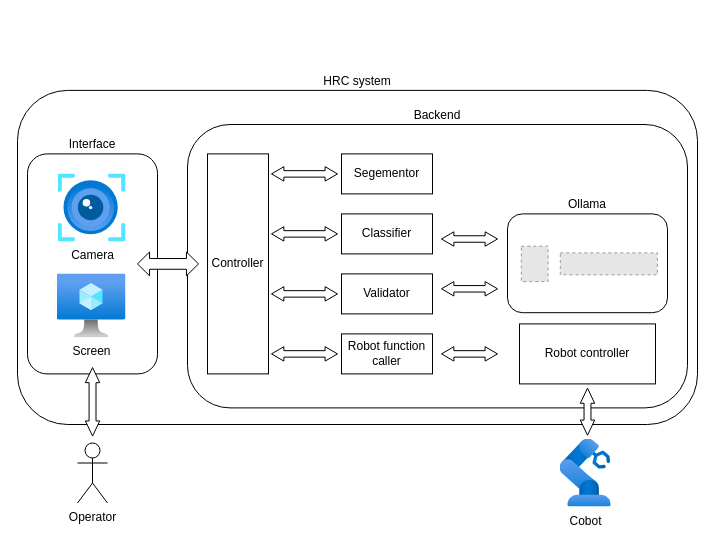
Earlier version of the draw.io diagram architecture.drawio (GreatSharky/CoHSCI). Source tidied: cells renumbered, new cells numbered last; positions are measured from the earlier drawing's top-left corner, leaving out a move shared by most shapes. Both pictures are drawn from the tidied source at 100%, with x=0, y=0 at pixel (17, 90). Pictures stored in the file or linked from it are replaced by grey dashed boxes.
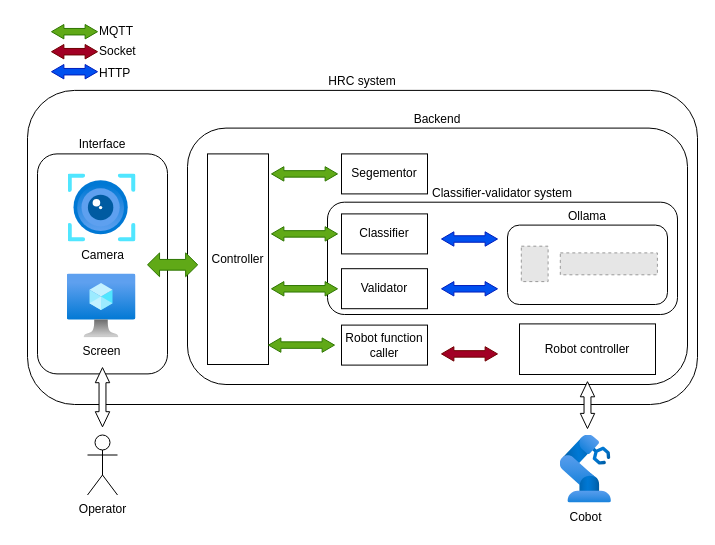
Above is the later version.

The edit, as a diff of the source:
```diff
@@
     <mxCell id="2" value="HRC system" style="rounded=1;whiteSpace=wrap;html=1;fillColor=none;labelPosition=center;verticalLabelPosition=top;align=center;verticalAlign=bottom;" parent="1" vertex="1">
-      <mxGeometry y="-0.1" width="680" height="334.1" as="geometry" />
+      <mxGeometry x="10" y="-0.1" width="670" height="314.1" as="geometry" />
     </mxCell>
+    <mxCell id="4" value="Backend" style="rounded=1;whiteSpace=wrap;html=1;fillColor=none;labelPosition=center;verticalLabelPosition=top;align=center;verticalAlign=bottom;" parent="1" vertex="1">
+      <mxGeometry x="170" y="37.6" width="500" height="256.4" as="geometry" />
+    </mxCell>
+    <mxCell id="28" value="Classifier-validator system" style="rounded=1;whiteSpace=wrap;html=1;fillColor=none;labelPosition=center;verticalLabelPosition=top;align=center;verticalAlign=bottom;" parent="1" vertex="1">
+      <mxGeometry x="310" y="111.7" width="350" height="112.3" as="geometry" />
+    </mxCell>
     <mxCell id="3" value="Interface" style="rounded=1;whiteSpace=wrap;html=1;fillColor=none;labelPosition=center;verticalLabelPosition=top;align=center;verticalAlign=bottom;" parent="1" vertex="1">
-      <mxGeometry x="10" y="63.4" width="130" height="220" as="geometry" />
+      <mxGeometry x="20" y="63.4" width="130" height="220" as="geometry" />
     </mxCell>
-    <mxCell id="4" value="Backend" style="rounded=1;whiteSpace=wrap;html=1;fillColor=none;labelPosition=center;verticalLabelPosition=top;align=center;verticalAlign=bottom;" parent="1" vertex="1">
-      <mxGeometry x="170" y="34" width="500" height="283.4" as="geometry" />
-    </mxCell>
     <mxCell id="5" value="Cobot" style="image;html=1;align=center;fontSize=12;image=img/lib/azure2/other/Defender_Industrial_Robot.svg;" parent="1" vertex="1">
-      <mxGeometry x="542.6" y="348.5" width="51.1" height="68" as="geometry" />
+      <mxGeometry x="542.8" y="344.5" width="51.1" height="68" as="geometry" />
     </mxCell>
     <mxCell id="6" value="Operator" style="shape=umlActor;verticalLabelPosition=bottom;verticalAlign=top;html=1;" parent="1" vertex="1">
-      <mxGeometry x="60" y="352.5" width="30" height="60" as="geometry" />
+      <mxGeometry x="70" y="344.5" width="30" height="60" as="geometry" />
     </mxCell>
     <mxCell id="7" value="Camera" style="image;html=1;align=center;fontSize=12;image=img/lib/azure2/ai_machine_learning/Computer_Vision.svg;" parent="1" vertex="1">
-      <mxGeometry x="40.5" y="83.4" width="68" height="68" as="geometry" />
+      <mxGeometry x="50.5" y="83.4" width="68" height="68" as="geometry" />
     </mxCell>
     <mxCell id="8" value="Screen" style="image;html=1;align=center;fontSize=12;image=img/lib/azure2/compute/Virtual_Machine.svg;" parent="1" vertex="1">
-      <mxGeometry x="39.5" y="183.4" width="69" height="64" as="geometry" />
+      <mxGeometry x="49.5" y="183.4" width="69" height="64" as="geometry" />
     </mxCell>
     <mxCell id="9" value="Controller" style="rounded=0;whiteSpace=wrap;html=1;" parent="1" vertex="1">
-      <mxGeometry x="190" y="63.4" width="61" height="220" as="geometry" />
+      <mxGeometry x="190" y="63.4" width="61" height="210.6" as="geometry" />
     </mxCell>
     <mxCell id="10" value="Segementor" style="rounded=0;whiteSpace=wrap;html=1;" parent="1" vertex="1">
-      <mxGeometry x="324" y="63.4" width="91" height="40" as="geometry" />
+      <mxGeometry x="324" y="63.4" width="86" height="40" as="geometry" />
     </mxCell>
     <mxCell id="11" value="Classifier" style="rounded=0;whiteSpace=wrap;html=1;" parent="1" vertex="1">
-      <mxGeometry x="324" y="123.4" width="91" height="40" as="geometry" />
+      <mxGeometry x="324" y="123.4" width="86" height="40" as="geometry" />
     </mxCell>
     <mxCell id="12" value="Validator" style="rounded=0;whiteSpace=wrap;html=1;" parent="1" vertex="1">
-      <mxGeometry x="324" y="183.4" width="91" height="40" as="geometry" />
+      <mxGeometry x="324" y="178.2" width="86" height="40" as="geometry" />
     </mxCell>
     <mxCell id="13" value="Robot controller" style="rounded=0;whiteSpace=wrap;html=1;" parent="1" vertex="1">
-      <mxGeometry x="502" y="233.4" width="136" height="60" as="geometry" />
+      <mxGeometry x="502" y="233.4" width="136" height="50.6" as="geometry" />
     </mxCell>
@@
     <mxCell id="15" value="Ollama" style="rounded=1;whiteSpace=wrap;html=1;fillColor=none;labelPosition=center;verticalLabelPosition=top;align=center;verticalAlign=bottom;" parent="1" vertex="1">
-      <mxGeometry x="490" y="123.4" width="160" height="98.8" as="geometry" />
+      <mxGeometry x="490" y="134.6" width="160" height="79.4" as="geometry" />
     </mxCell>
@@
     <mxCell id="17" value="Robot function caller" style="rounded=0;whiteSpace=wrap;html=1;" parent="1" vertex="1">
-      <mxGeometry x="324" y="243.4" width="91" height="40" as="geometry" />
+      <mxGeometry x="324" y="234.6" width="86" height="40" as="geometry" />
     </mxCell>
-    <mxCell id="18" style="html=1;shadow=0;dashed=0;align=center;verticalAlign=middle;shape=mxgraph.arrows2.twoWayArrow;dy=0.55;dx=12.06;" parent="1" vertex="1">
-      <mxGeometry x="120" y="161.5" width="61" height="23.8" as="geometry" />
+    <mxCell id="18" style="html=1;shadow=0;dashed=0;align=center;verticalAlign=middle;shape=mxgraph.arrows2.twoWayArrow;dy=0.55;dx=12.06;fillColor=#60a917;strokeColor=#2D7600;fontColor=#ffffff;" parent="1" vertex="1">
+      <mxGeometry x="130" y="162.4" width="50.2" height="23.8" as="geometry" />
     </mxCell>
-    <mxCell id="19" style="html=1;shadow=0;dashed=0;align=center;verticalAlign=middle;shape=mxgraph.arrows2.twoWayArrow;dy=0.55;dx=12.38;" parent="1" vertex="1">
+    <mxCell id="19" style="html=1;shadow=0;dashed=0;align=center;verticalAlign=middle;shape=mxgraph.arrows2.twoWayArrow;dy=0.55;dx=12.38;fillColor=#60a917;fontColor=#ffffff;strokeColor=#2D7600;" parent="1" vertex="1">
       <mxGeometry x="254" y="136.2" width="66" height="14.4" as="geometry" />
     </mxCell>
-    <mxCell id="20" style="html=1;shadow=0;dashed=0;align=center;verticalAlign=middle;shape=mxgraph.arrows2.twoWayArrow;dy=0.55;dx=12.38;" parent="1" vertex="1">
+    <mxCell id="20" style="html=1;shadow=0;dashed=0;align=center;verticalAlign=middle;shape=mxgraph.arrows2.twoWayArrow;dy=0.55;dx=12.38;fillColor=#60a917;fontColor=#ffffff;strokeColor=#2D7600;" parent="1" vertex="1">
       <mxGeometry x="254" y="76.2" width="66" height="14.4" as="geometry" />
     </mxCell>
-    <mxCell id="21" style="html=1;shadow=0;dashed=0;align=center;verticalAlign=middle;shape=mxgraph.arrows2.twoWayArrow;dy=0.55;dx=12.38;" parent="1" vertex="1">
-      <mxGeometry x="254" y="196.2" width="66" height="14.4" as="geometry" />
+    <mxCell id="21" style="html=1;shadow=0;dashed=0;align=center;verticalAlign=middle;shape=mxgraph.arrows2.twoWayArrow;dy=0.55;dx=12.38;fillColor=#60a917;fontColor=#ffffff;strokeColor=#2D7600;" parent="1" vertex="1">
+      <mxGeometry x="254" y="191.1" width="66" height="14.4" as="geometry" />
     </mxCell>
-    <mxCell id="22" style="html=1;shadow=0;dashed=0;align=center;verticalAlign=middle;shape=mxgraph.arrows2.twoWayArrow;dy=0.55;dx=12.38;" parent="1" vertex="1">
-      <mxGeometry x="254" y="256.2" width="66" height="14.4" as="geometry" />
+    <mxCell id="22" style="html=1;shadow=0;dashed=0;align=center;verticalAlign=middle;shape=mxgraph.arrows2.twoWayArrow;dy=0.55;dx=12.38;fillColor=#60a917;fontColor=#ffffff;strokeColor=#2D7600;" parent="1" vertex="1">
+      <mxGeometry x="251" y="247.4" width="66" height="14.4" as="geometry" />
     </mxCell>
-    <mxCell id="23" style="html=1;shadow=0;dashed=0;align=center;verticalAlign=middle;shape=mxgraph.arrows2.twoWayArrow;dy=0.55;dx=12.38;" parent="1" vertex="1">
+    <mxCell id="23" style="html=1;shadow=0;dashed=0;align=center;verticalAlign=middle;shape=mxgraph.arrows2.twoWayArrow;dy=0.55;dx=12.38;fillColor=#0050ef;fontColor=#ffffff;strokeColor=#001DBC;" parent="1" vertex="1">
       <mxGeometry x="424" y="141.3" width="56" height="14.4" as="geometry" />
     </mxCell>
-    <mxCell id="24" style="html=1;shadow=0;dashed=0;align=center;verticalAlign=middle;shape=mxgraph.arrows2.twoWayArrow;dy=0.55;dx=12.38;" parent="1" vertex="1">
+    <mxCell id="24" style="html=1;shadow=0;dashed=0;align=center;verticalAlign=middle;shape=mxgraph.arrows2.twoWayArrow;dy=0.55;dx=12.38;fillColor=#0050ef;fontColor=#ffffff;strokeColor=#001DBC;" parent="1" vertex="1">
       <mxGeometry x="424" y="191.1" width="56" height="14.4" as="geometry" />
     </mxCell>
     <mxCell id="25" style="html=1;shadow=0;dashed=0;align=center;verticalAlign=middle;shape=mxgraph.arrows2.twoWayArrow;dy=0.52;dx=15.11;rotation=90;" parent="1" vertex="1">
-      <mxGeometry x="546.5" y="314" width="47" height="14.4" as="geometry" />
+      <mxGeometry x="546.6" y="307.4" width="46.8" height="14.4" as="geometry" />
     </mxCell>
-    <mxCell id="26" style="html=1;shadow=0;dashed=0;align=center;verticalAlign=middle;shape=mxgraph.arrows2.twoWayArrow;dy=0.55;dx=12.38;" parent="1" vertex="1">
+    <mxCell id="26" style="html=1;shadow=0;dashed=0;align=center;verticalAlign=middle;shape=mxgraph.arrows2.twoWayArrow;dy=0.55;dx=12.38;fillColor=#a20025;fontColor=#ffffff;strokeColor=#6F0000;" parent="1" vertex="1">
       <mxGeometry x="424" y="256.2" width="56" height="14.4" as="geometry" />
     </mxCell>
     <mxCell id="27" style="html=1;shadow=0;dashed=0;align=center;verticalAlign=middle;shape=mxgraph.arrows2.twoWayArrow;dy=0.52;dx=15.11;rotation=90;" parent="1" vertex="1">
-      <mxGeometry x="40.8" y="304.1" width="68.5" height="14.4" as="geometry" />
+      <mxGeometry x="55.4" y="299.5" width="59.2" height="14.4" as="geometry" />
     </mxCell>
+    <mxCell id="29" style="html=1;shadow=0;dashed=0;align=center;verticalAlign=middle;shape=mxgraph.arrows2.twoWayArrow;dy=0.55;dx=12.38;fillColor=#60a917;fontColor=#ffffff;strokeColor=#2D7600;" parent="1" vertex="1">
+      <mxGeometry x="34" y="-66" width="46" height="14.4" as="geometry" />
+    </mxCell>
+    <mxCell id="30" style="html=1;shadow=0;dashed=0;align=center;verticalAlign=middle;shape=mxgraph.arrows2.twoWayArrow;dy=0.55;dx=12.38;fillColor=#a20025;fontColor=#ffffff;strokeColor=#6F0000;" parent="1" vertex="1">
+      <mxGeometry x="34" y="-46" width="46" height="14.4" as="geometry" />
+    </mxCell>
+    <mxCell id="31" style="html=1;shadow=0;dashed=0;align=center;verticalAlign=middle;shape=mxgraph.arrows2.twoWayArrow;dy=0.55;dx=12.38;fillColor=#0050ef;fontColor=#ffffff;strokeColor=#001DBC;" parent="1" vertex="1">
+      <mxGeometry x="34" y="-26" width="46" height="14.4" as="geometry" />
+    </mxCell>
+    <mxCell id="32" value="MQTT" style="text;html=1;align=left;verticalAlign=middle;strokeColor=none;fillColor=none;" parent="1" vertex="1">
+      <mxGeometry x="80" y="-73.8" width="60" height="30" as="geometry" />
+    </mxCell>
+    <mxCell id="33" value="Socket" style="text;html=1;align=left;verticalAlign=middle;strokeColor=none;fillColor=none;" parent="1" vertex="1">
+      <mxGeometry x="80" y="-53.8" width="60" height="30" as="geometry" />
+    </mxCell>
+    <mxCell id="34" value="HTTP" style="text;html=1;align=left;verticalAlign=middle;strokeColor=none;fillColor=none;" parent="1" vertex="1">
+      <mxGeometry x="80" y="-31.6" width="50" height="30" as="geometry" />
+    </mxCell>
```
